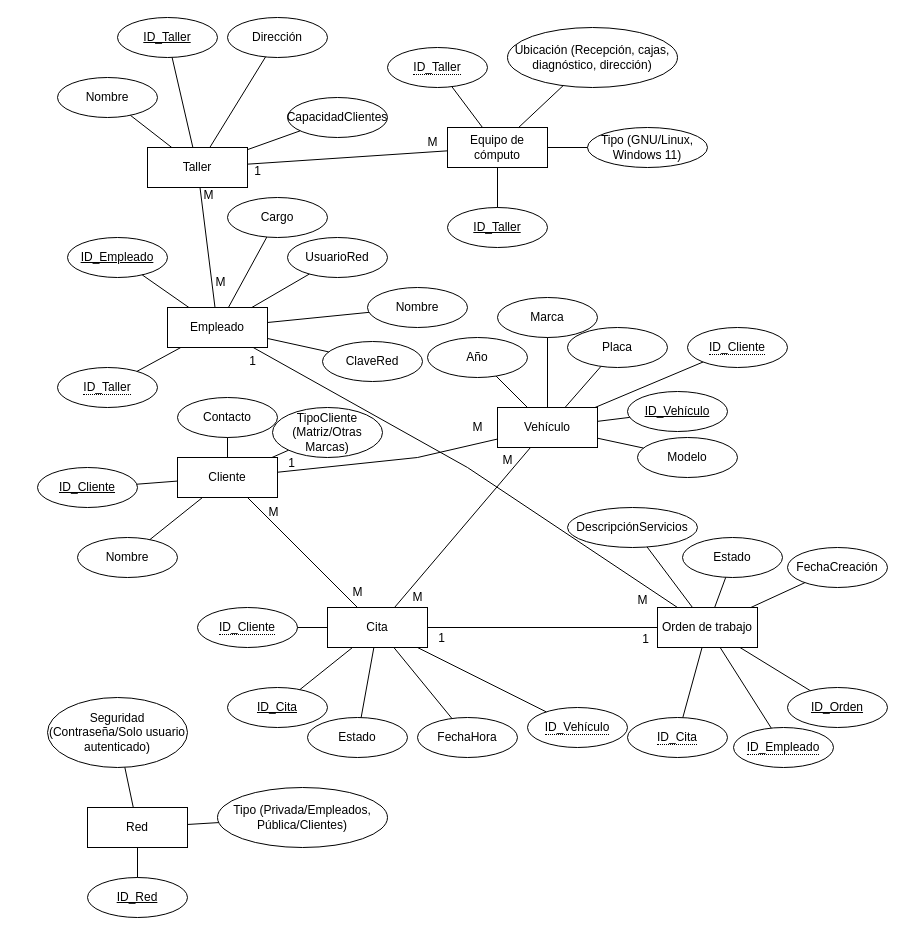
Before: MER.drawio in danfelipegm/Taller-TCS, a draw.io diagram. Source tidied: cells renumbered, new cells numbered last; positions are measured from the earlier drawing's top-left corner, leaving out a move shared by most shapes. Both pictures are drawn from the tidied source at 100%, with x=0, y=0 at pixel (37, 17).
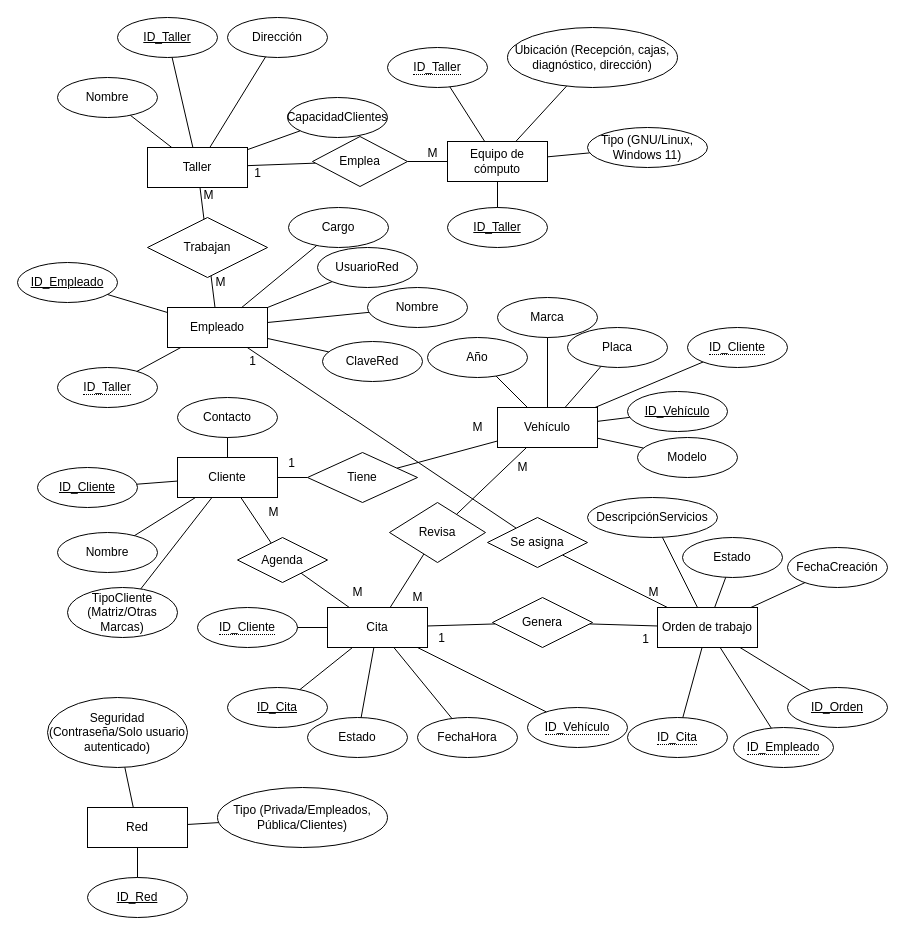
The same page after the edit.

Commit message:
Corrección errores MER

Unchanged cells that the change refers to:
```xml
<mxCell id="2" value="Taller" style="whiteSpace=wrap;html=1;align=center;" parent="1" vertex="1">
  <mxGeometry x="110" y="130" width="100" height="40" as="geometry" />
</mxCell>
<mxCell id="7" value="Empleado" style="whiteSpace=wrap;html=1;align=center;" parent="1" vertex="1">
  <mxGeometry x="130" y="290" width="100" height="40" as="geometry" />
</mxCell>
<mxCell id="14" value="Cliente" style="whiteSpace=wrap;html=1;align=center;" parent="1" vertex="1">
  <mxGeometry x="140" y="440" width="100" height="40" as="geometry" />
</mxCell>
<mxCell id="19" value="Vehículo" style="whiteSpace=wrap;html=1;align=center;" parent="1" vertex="1">
  <mxGeometry x="460" y="390" width="100" height="40" as="geometry" />
</mxCell>
<mxCell id="26" value="Cita" style="whiteSpace=wrap;html=1;align=center;" parent="1" vertex="1">
  <mxGeometry x="290" y="590" width="100" height="40" as="geometry" />
</mxCell>
<mxCell id="32" value="Orden de trabajo" style="whiteSpace=wrap;html=1;align=center;" parent="1" vertex="1">
  <mxGeometry x="620" y="590" width="100" height="40" as="geometry" />
</mxCell>
```

Diff of the diagram source:
```diff
@@
     <mxCell id="9" value="UsuarioRed" style="ellipse;whiteSpace=wrap;html=1;align=center;" parent="1" vertex="1">
-      <mxGeometry x="250" y="220" width="100" height="40" as="geometry" />
+      <mxGeometry x="280" y="230" width="100" height="40" as="geometry" />
     </mxCell>
     <mxCell id="10" value="Cargo" style="ellipse;whiteSpace=wrap;html=1;align=center;" parent="1" vertex="1">
-      <mxGeometry x="190" y="180" width="100" height="40" as="geometry" />
+      <mxGeometry x="251" y="190" width="100" height="40" as="geometry" />
     </mxCell>
@@
     <mxCell id="12" value="ID_Empleado" style="ellipse;whiteSpace=wrap;html=1;align=center;fontStyle=4;" parent="1" vertex="1">
-      <mxGeometry x="30" y="220" width="100" height="40" as="geometry" />
+      <mxGeometry x="-20" y="245" width="100" height="40" as="geometry" />
     </mxCell>
@@
     <mxCell id="15" value="TipoCliente (Matriz/Otras Marcas)" style="ellipse;whiteSpace=wrap;html=1;align=center;" parent="1" vertex="1">
-      <mxGeometry x="235" y="390" width="110" height="50" as="geometry" />
+      <mxGeometry x="30" y="570" width="110" height="50" as="geometry" />
     </mxCell>
@@
     <mxCell id="18" value="Nombre" style="ellipse;whiteSpace=wrap;html=1;align=center;" parent="1" vertex="1">
-      <mxGeometry x="40" y="520" width="100" height="40" as="geometry" />
+      <mxGeometry x="20" y="515" width="100" height="40" as="geometry" />
     </mxCell>
@@
     <mxCell id="36" value="DescripciónServicios" style="ellipse;whiteSpace=wrap;html=1;align=center;" parent="1" vertex="1">
-      <mxGeometry x="530" y="490" width="130" height="40" as="geometry" />
+      <mxGeometry x="550" y="480" width="130" height="40" as="geometry" />
     </mxCell>
@@
     <mxCell id="39" value="Equipo de cómputo" style="whiteSpace=wrap;html=1;align=center;" parent="1" vertex="1">
-      <mxGeometry x="410" y="110" width="100" height="40" as="geometry" />
+      <mxGeometry x="410" y="124" width="100" height="40" as="geometry" />
     </mxCell>
@@
     <mxCell id="48" value="1" style="text;html=1;align=center;verticalAlign=middle;strokeColor=none;fillColor=none;" parent="1" vertex="1">
-      <mxGeometry x="205" y="139" width="30" height="30" as="geometry" />
+      <mxGeometry x="205" y="141" width="30" height="30" as="geometry" />
     </mxCell>
     <mxCell id="49" value="M" style="text;html=1;align=center;verticalAlign=middle;strokeColor=none;fillColor=none;" parent="1" vertex="1">
-      <mxGeometry x="380" y="110" width="30" height="30" as="geometry" />
+      <mxGeometry x="380" y="121" width="30" height="30" as="geometry" />
     </mxCell>
@@
     <mxCell id="55" value="M" style="text;html=1;align=center;verticalAlign=middle;strokeColor=none;fillColor=none;" parent="1" vertex="1">
-      <mxGeometry x="590" y="568" width="30" height="30" as="geometry" />
+      <mxGeometry x="601" y="560" width="30" height="30" as="geometry" />
     </mxCell>
@@
-    <mxCell id="63" style="endArrow=none;html=1;rounded=0;" parent="1" edge="1" source="2" target="39">
+    <mxCell id="63" style="endArrow=none;html=1;rounded=0;" parent="1" edge="1" source="2" target="107">
       <mxGeometry relative="1" as="geometry" />
     </mxCell>
@@
-    <mxCell id="71" style="endArrow=none;html=1;rounded=0;" parent="1" edge="1" source="7" target="2">
+    <mxCell id="71" style="endArrow=none;html=1;rounded=0;" parent="1" edge="1" source="7" target="109">
       <mxGeometry relative="1" as="geometry" />
     </mxCell>
@@
-    <mxCell id="75" style="endArrow=none;html=1;rounded=0;" parent="1" edge="1" source="26" target="14">
+    <mxCell id="75" style="endArrow=none;html=1;rounded=0;" parent="1" edge="1" source="112" target="14">
       <mxGeometry relative="1" as="geometry" />
     </mxCell>
-    <mxCell id="76" style="endArrow=none;html=1;rounded=0;" parent="1" edge="1" source="19" target="14">
-      <mxGeometry relative="1" as="geometry">
-        <Array as="points">
-          <mxPoint x="380" y="440" />
-        </Array>
-      </mxGeometry>
+    <mxCell id="76" style="endArrow=none;html=1;rounded=0;" parent="1" edge="1" source="114" target="14">
+      <mxGeometry relative="1" as="geometry" />
     </mxCell>
@@
-    <mxCell id="81" style="endArrow=none;html=1;rounded=0;" parent="1" edge="1" source="32" target="7">
-      <mxGeometry relative="1" as="geometry">
-        <Array as="points">
-          <mxPoint x="430" y="450" />
-        </Array>
-      </mxGeometry>
+    <mxCell id="81" style="endArrow=none;html=1;rounded=0;" parent="1" edge="1" source="116" target="7">
+      <mxGeometry relative="1" as="geometry" />
     </mxCell>
@@
-    <mxCell id="89" style="endArrow=none;html=1;rounded=0;" parent="1" edge="1" source="26" target="32">
+    <mxCell id="89" style="endArrow=none;html=1;rounded=0;" parent="1" edge="1" source="120" target="32">
       <mxGeometry relative="1" as="geometry" />
     </mxCell>
@@
-    <mxCell id="95" style="endArrow=none;html=1;rounded=0;" parent="1" edge="1" source="26" target="19">
+    <mxCell id="95" style="endArrow=none;html=1;rounded=0;" parent="1" edge="1" source="118" target="19">
       <mxGeometry relative="1" as="geometry" />
     </mxCell>
     <mxCell id="96" value="M" style="text;html=1;align=center;verticalAlign=middle;strokeColor=none;fillColor=none;" parent="1" vertex="1">
-      <mxGeometry x="455" y="428" width="30" height="30" as="geometry" />
+      <mxGeometry x="470" y="435" width="30" height="30" as="geometry" />
     </mxCell>
@@
+    <mxCell id="107" value="Emplea" style="shape=rhombus;perimeter=rhombusPerimeter;whiteSpace=wrap;html=1;align=center;" parent="1" vertex="1">
+      <mxGeometry x="275" y="119" width="95" height="50" as="geometry" />
+    </mxCell>
+    <mxCell id="108" style="endArrow=none;html=1;rounded=0;exitX=1;exitY=0.5;exitDx=0;exitDy=0;" parent="1" edge="1" source="107" target="39">
+      <mxGeometry relative="1" as="geometry" />
+    </mxCell>
+    <mxCell id="109" value="Trabajan" style="shape=rhombus;perimeter=rhombusPerimeter;whiteSpace=wrap;html=1;align=center;" parent="1" vertex="1">
+      <mxGeometry x="110" y="200" width="120" height="60" as="geometry" />
+    </mxCell>
+    <mxCell id="110" style="endArrow=none;html=1;rounded=0;" parent="1" edge="1" source="109" target="2">
+      <mxGeometry relative="1" as="geometry" />
+    </mxCell>
+    <mxCell id="111" style="endArrow=none;html=1;rounded=0;" parent="1" edge="1" source="26" target="112">
+      <mxGeometry relative="1" as="geometry" />
+    </mxCell>
+    <mxCell id="112" value="Agenda" style="shape=rhombus;perimeter=rhombusPerimeter;whiteSpace=wrap;html=1;align=center;" parent="1" vertex="1">
+      <mxGeometry x="200" y="520" width="90" height="45" as="geometry" />
+    </mxCell>
+    <mxCell id="113" style="endArrow=none;html=1;rounded=0;" parent="1" edge="1" source="19" target="114">
+      <mxGeometry relative="1" as="geometry" />
+    </mxCell>
+    <mxCell id="114" value="Tiene" style="shape=rhombus;perimeter=rhombusPerimeter;whiteSpace=wrap;html=1;align=center;" parent="1" vertex="1">
+      <mxGeometry x="270" y="435" width="110" height="50" as="geometry" />
+    </mxCell>
+    <mxCell id="115" style="endArrow=none;html=1;rounded=0;" parent="1" edge="1" source="32" target="116">
+      <mxGeometry relative="1" as="geometry" />
+    </mxCell>
+    <mxCell id="116" value="Se asigna" style="shape=rhombus;perimeter=rhombusPerimeter;whiteSpace=wrap;html=1;align=center;" parent="1" vertex="1">
+      <mxGeometry x="450" y="500" width="100" height="50" as="geometry" />
+    </mxCell>
+    <mxCell id="117" style="endArrow=none;html=1;rounded=0;" parent="1" edge="1" source="26" target="118">
+      <mxGeometry relative="1" as="geometry" />
+    </mxCell>
+    <mxCell id="118" value="Revisa" style="shape=rhombus;perimeter=rhombusPerimeter;whiteSpace=wrap;html=1;align=center;" parent="1" vertex="1">
+      <mxGeometry x="352" y="485" width="96" height="60" as="geometry" />
+    </mxCell>
+    <mxCell id="119" style="endArrow=none;html=1;rounded=0;" parent="1" edge="1" source="26" target="120">
+      <mxGeometry relative="1" as="geometry" />
+    </mxCell>
+    <mxCell id="120" value="Genera" style="shape=rhombus;perimeter=rhombusPerimeter;whiteSpace=wrap;html=1;align=center;" parent="1" vertex="1">
+      <mxGeometry x="455" y="580" width="100" height="50" as="geometry" />
+    </mxCell>
```
